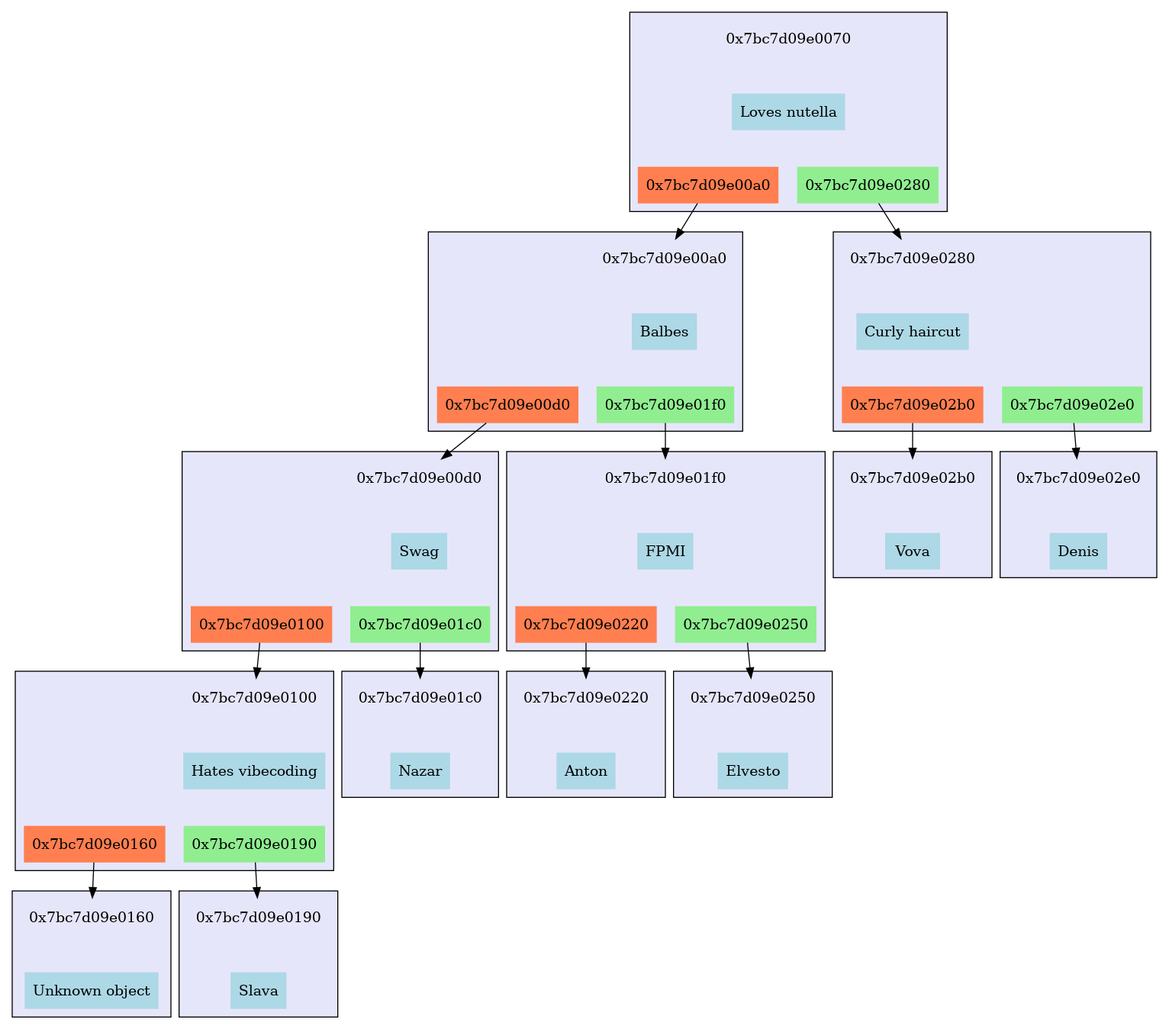
The Graphviz diagram files/tree.png in MasterVAE/MIPT_Akinator, before a commit. Its source is kept beside it as files/tree.dot.
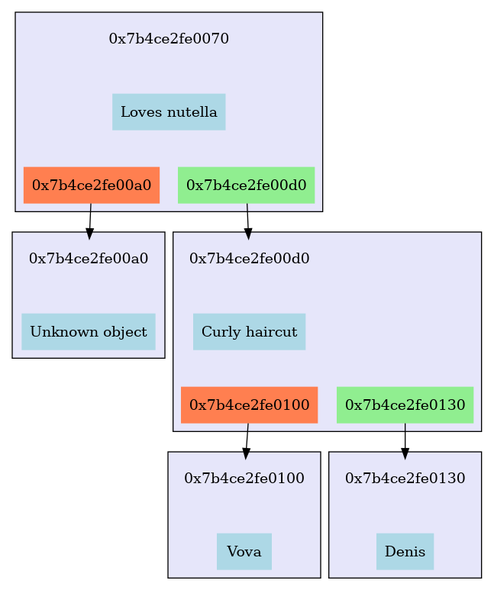
After the change.

Commit message:
Tree print function

Change to the diagram source:
```diff
@@ -1,208 +1,80 @@
 digraph G {	 node [shape=plaintext, style="filled"];
 	 rankdir=TB;
-subgraph cluster_0x7bc7d09e0070
+subgraph cluster_0x7b4ce2fe0070
 {
 	style=filled;
 	rank=0;
 	fillcolor=lavender;
-	"0x7bc7d09e0070_address"[label="0x7bc7d09e0070",fillcolor="lavender"];
-	"0x7bc7d09e0070_value"[label="Loves nutella",fillcolor="lightblue"];
-	subgraph "0x7bc7d09e0070_bottom"
+	"0x7b4ce2fe0070_address"[label="0x7b4ce2fe0070",fillcolor="lavender"];
+	"0x7b4ce2fe0070_value"[label="Loves nutella",fillcolor="lightblue"];
+	subgraph "0x7b4ce2fe0070_bottom"
 	{
 		 style=invis;
-		"0x7bc7d09e0070_left"[label="0x7bc7d09e00a0",fillcolor="coral"];
-		"0x7bc7d09e0070_right"[label="0x7bc7d09e0280",fillcolor="lightgreen"];
+		"0x7b4ce2fe0070_left"[label="0x7b4ce2fe00a0",fillcolor="coral"];
+		"0x7b4ce2fe0070_right"[label="0x7b4ce2fe00d0",fillcolor="lightgreen"];
 	}
-	"0x7bc7d09e0070_address"->"0x7bc7d09e0070_value"[style=invis,weight=10];
-	"0x7bc7d09e0070_value"->"0x7bc7d09e0070_left"[style=invis,weight=10];
-	"0x7bc7d09e0070_value"->"0x7bc7d09e0070_right"[style=invis,weight=10];
+	"0x7b4ce2fe0070_address"->"0x7b4ce2fe0070_value"[style=invis,weight=10];
+	"0x7b4ce2fe0070_value"->"0x7b4ce2fe0070_left"[style=invis,weight=10];
+	"0x7b4ce2fe0070_value"->"0x7b4ce2fe0070_right"[style=invis,weight=10];
 }
-"0x7bc7d09e0070_left" -> "0x7bc7d09e00a0_address";
-subgraph cluster_0x7bc7d09e00a0
+"0x7b4ce2fe0070_left" -> "0x7b4ce2fe00a0_address";
+subgraph cluster_0x7b4ce2fe00a0
 {
 	style=filled;
 	rank=1;
 	fillcolor=lavender;
-	"0x7bc7d09e00a0_address"[label="0x7bc7d09e00a0",fillcolor="lavender"];
-	"0x7bc7d09e00a0_value"[label="Balbes",fillcolor="lightblue"];
-	subgraph "0x7bc7d09e00a0_bottom"
+	"0x7b4ce2fe00a0_address"[label="0x7b4ce2fe00a0",fillcolor="lavender"];
+	"0x7b4ce2fe00a0_value"[label="Unknown object",fillcolor="lightblue"];
+	subgraph "0x7b4ce2fe00a0_bottom"
 	{
 		 style=invis;
-		"0x7bc7d09e00a0_left"[label="0x7bc7d09e00d0",fillcolor="coral"];
-		"0x7bc7d09e00a0_right"[label="0x7bc7d09e01f0",fillcolor="lightgreen"];
 	}
-	"0x7bc7d09e00a0_address"->"0x7bc7d09e00a0_value"[style=invis,weight=10];
-	"0x7bc7d09e00a0_value"->"0x7bc7d09e00a0_left"[style=invis,weight=10];
-	"0x7bc7d09e00a0_value"->"0x7bc7d09e00a0_right"[style=invis,weight=10];
+	"0x7b4ce2fe00a0_address"->"0x7b4ce2fe00a0_value"[style=invis,weight=10];
 }
-"0x7bc7d09e00a0_left" -> "0x7bc7d09e00d0_address";
-subgraph cluster_0x7bc7d09e00d0
+"0x7b4ce2fe0070_right" -> "0x7b4ce2fe00d0_address";
+subgraph cluster_0x7b4ce2fe00d0
+{
+	style=filled;
+	rank=1;
+	fillcolor=lavender;
+	"0x7b4ce2fe00d0_address"[label="0x7b4ce2fe00d0",fillcolor="lavender"];
+	"0x7b4ce2fe00d0_value"[label="Curly haircut",fillcolor="lightblue"];
+	subgraph "0x7b4ce2fe00d0_bottom"
+	{
+		 style=invis;
+		"0x7b4ce2fe00d0_left"[label="0x7b4ce2fe0100",fillcolor="coral"];
+		"0x7b4ce2fe00d0_right"[label="0x7b4ce2fe0130",fillcolor="lightgreen"];
+	}
+	"0x7b4ce2fe00d0_address"->"0x7b4ce2fe00d0_value"[style=invis,weight=10];
+	"0x7b4ce2fe00d0_value"->"0x7b4ce2fe00d0_left"[style=invis,weight=10];
+	"0x7b4ce2fe00d0_value"->"0x7b4ce2fe00d0_right"[style=invis,weight=10];
+}
+"0x7b4ce2fe00d0_left" -> "0x7b4ce2fe0100_address";
+subgraph cluster_0x7b4ce2fe0100
 {
 	style=filled;
 	rank=2;
 	fillcolor=lavender;
-	"0x7bc7d09e00d0_address"[label="0x7bc7d09e00d0",fillcolor="lavender"];
-	"0x7bc7d09e00d0_value"[label="Swag",fillcolor="lightblue"];
-	subgraph "0x7bc7d09e00d0_bottom"
-	{
-		 style=invis;
-		"0x7bc7d09e00d0_left"[label="0x7bc7d09e0100",fillcolor="coral"];
-		"0x7bc7d09e00d0_right"[label="0x7bc7d09e01c0",fillcolor="lightgreen"];
-	}
-	"0x7bc7d09e00d0_address"->"0x7bc7d09e00d0_value"[style=invis,weight=10];
-	"0x7bc7d09e00d0_value"->"0x7bc7d09e00d0_left"[style=invis,weight=10];
-	"0x7bc7d09e00d0_value"->"0x7bc7d09e00d0_right"[style=invis,weight=10];
-}
-"0x7bc7d09e00d0_left" -> "0x7bc7d09e0100_address";
-subgraph cluster_0x7bc7d09e0100
-{
-	style=filled;
-	rank=3;
-	fillcolor=lavender;
-	"0x7bc7d09e0100_address"[label="0x7bc7d09e0100",fillcolor="lavender"];
-	"0x7bc7d09e0100_value"[label="Hates vibecoding",fillcolor="lightblue"];
-	subgraph "0x7bc7d09e0100_bottom"
-	{
-		 style=invis;
-		"0x7bc7d09e0100_left"[label="0x7bc7d09e0160",fillcolor="coral"];
-		"0x7bc7d09e0100_right"[label="0x7bc7d09e0190",fillcolor="lightgreen"];
-	}
-	"0x7bc7d09e0100_address"->"0x7bc7d09e0100_value"[style=invis,weight=10];
-	"0x7bc7d09e0100_value"->"0x7bc7d09e0100_left"[style=invis,weight=10];
-	"0x7bc7d09e0100_value"->"0x7bc7d09e0100_right"[style=invis,weight=10];
-}
-"0x7bc7d09e0100_left" -> "0x7bc7d09e0160_address";
-subgraph cluster_0x7bc7d09e0160
-{
-	style=filled;
-	rank=4;
-	fillcolor=lavender;
-	"0x7bc7d09e0160_address"[label="0x7bc7d09e0160",fillcolor="lavender"];
-	"0x7bc7d09e0160_value"[label="Unknown object",fillcolor="lightblue"];
-	subgraph "0x7bc7d09e0160_bottom"
+	"0x7b4ce2fe0100_address"[label="0x7b4ce2fe0100",fillcolor="lavender"];
+	"0x7b4ce2fe0100_value"[label="Vova",fillcolor="lightblue"];
+	subgraph "0x7b4ce2fe0100_bottom"
 	{
 		 style=invis;
 	}
-	"0x7bc7d09e0160_address"->"0x7bc7d09e0160_value"[style=invis,weight=10];
+	"0x7b4ce2fe0100_address"->"0x7b4ce2fe0100_value"[style=invis,weight=10];
 }
-"0x7bc7d09e0100_right" -> "0x7bc7d09e0190_address";
-subgraph cluster_0x7bc7d09e0190
-{
-	style=filled;
-	rank=4;
-	fillcolor=lavender;
-	"0x7bc7d09e0190_address"[label="0x7bc7d09e0190",fillcolor="lavender"];
-	"0x7bc7d09e0190_value"[label="Slava",fillcolor="lightblue"];
-	subgraph "0x7bc7d09e0190_bottom"
-	{
-		 style=invis;
-	}
-	"0x7bc7d09e0190_address"->"0x7bc7d09e0190_value"[style=invis,weight=10];
-}
-"0x7bc7d09e00d0_right" -> "0x7bc7d09e01c0_address";
-subgraph cluster_0x7bc7d09e01c0
-{
-	style=filled;
-	rank=3;
-	fillcolor=lavender;
-	"0x7bc7d09e01c0_address"[label="0x7bc7d09e01c0",fillcolor="lavender"];
-	"0x7bc7d09e01c0_value"[label="Nazar",fillcolor="lightblue"];
-	subgraph "0x7bc7d09e01c0_bottom"
-	{
-		 style=invis;
-	}
-	"0x7bc7d09e01c0_address"->"0x7bc7d09e01c0_value"[style=invis,weight=10];
-}
-"0x7bc7d09e00a0_right" -> "0x7bc7d09e01f0_address";
-subgraph cluster_0x7bc7d09e01f0
+"0x7b4ce2fe00d0_right" -> "0x7b4ce2fe0130_address";
+subgraph cluster_0x7b4ce2fe0130
 {
 	style=filled;
 	rank=2;
 	fillcolor=lavender;
-	"0x7bc7d09e01f0_address"[label="0x7bc7d09e01f0",fillcolor="lavender"];
-	"0x7bc7d09e01f0_value"[label="FPMI",fillcolor="lightblue"];
-	subgraph "0x7bc7d09e01f0_bottom"
-	{
-		 style=invis;
-		"0x7bc7d09e01f0_left"[label="0x7bc7d09e0220",fillcolor="coral"];
-		"0x7bc7d09e01f0_right"[label="0x7bc7d09e0250",fillcolor="lightgreen"];
-	}
-	"0x7bc7d09e01f0_address"->"0x7bc7d09e01f0_value"[style=invis,weight=10];
-	"0x7bc7d09e01f0_value"->"0x7bc7d09e01f0_left"[style=invis,weight=10];
-	"0x7bc7d09e01f0_value"->"0x7bc7d09e01f0_right"[style=invis,weight=10];
-}
-"0x7bc7d09e01f0_left" -> "0x7bc7d09e0220_address";
-subgraph cluster_0x7bc7d09e0220
-{
-	style=filled;
-	rank=3;
-	fillcolor=lavender;
-	"0x7bc7d09e0220_address"[label="0x7bc7d09e0220",fillcolor="lavender"];
-	"0x7bc7d09e0220_value"[label="Anton",fillcolor="lightblue"];
-	subgraph "0x7bc7d09e0220_bottom"
+	"0x7b4ce2fe0130_address"[label="0x7b4ce2fe0130",fillcolor="lavender"];
+	"0x7b4ce2fe0130_value"[label="Denis",fillcolor="lightblue"];
+	subgraph "0x7b4ce2fe0130_bottom"
 	{
 		 style=invis;
 	}
-	"0x7bc7d09e0220_address"->"0x7bc7d09e0220_value"[style=invis,weight=10];
-}
-"0x7bc7d09e01f0_right" -> "0x7bc7d09e0250_address";
-subgraph cluster_0x7bc7d09e0250
-{
-	style=filled;
-	rank=3;
-	fillcolor=lavender;
-	"0x7bc7d09e0250_address"[label="0x7bc7d09e0250",fillcolor="lavender"];
-	"0x7bc7d09e0250_value"[label="Elvesto",fillcolor="lightblue"];
-	subgraph "0x7bc7d09e0250_bottom"
-	{
-		 style=invis;
-	}
-	"0x7bc7d09e0250_address"->"0x7bc7d09e0250_value"[style=invis,weight=10];
-}
-"0x7bc7d09e0070_right" -> "0x7bc7d09e0280_address";
-subgraph cluster_0x7bc7d09e0280
-{
-	style=filled;
-	rank=1;
-	fillcolor=lavender;
-	"0x7bc7d09e0280_address"[label="0x7bc7d09e0280",fillcolor="lavender"];
-	"0x7bc7d09e0280_value"[label="Curly haircut",fillcolor="lightblue"];
-	subgraph "0x7bc7d09e0280_bottom"
-	{
-		 style=invis;
-		"0x7bc7d09e0280_left"[label="0x7bc7d09e02b0",fillcolor="coral"];
-		"0x7bc7d09e0280_right"[label="0x7bc7d09e02e0",fillcolor="lightgreen"];
-	}
-	"0x7bc7d09e0280_address"->"0x7bc7d09e0280_value"[style=invis,weight=10];
-	"0x7bc7d09e0280_value"->"0x7bc7d09e0280_left"[style=invis,weight=10];
-	"0x7bc7d09e0280_value"->"0x7bc7d09e0280_right"[style=invis,weight=10];
-}
-"0x7bc7d09e0280_left" -> "0x7bc7d09e02b0_address";
-subgraph cluster_0x7bc7d09e02b0
-{
-	style=filled;
-	rank=2;
-	fillcolor=lavender;
-	"0x7bc7d09e02b0_address"[label="0x7bc7d09e02b0",fillcolor="lavender"];
-	"0x7bc7d09e02b0_value"[label="Vova",fillcolor="lightblue"];
-	subgraph "0x7bc7d09e02b0_bottom"
-	{
-		 style=invis;
-	}
-	"0x7bc7d09e02b0_address"->"0x7bc7d09e02b0_value"[style=invis,weight=10];
-}
-"0x7bc7d09e0280_right" -> "0x7bc7d09e02e0_address";
-subgraph cluster_0x7bc7d09e02e0
-{
-	style=filled;
-	rank=2;
-	fillcolor=lavender;
-	"0x7bc7d09e02e0_address"[label="0x7bc7d09e02e0",fillcolor="lavender"];
-	"0x7bc7d09e02e0_value"[label="Denis",fillcolor="lightblue"];
-	subgraph "0x7bc7d09e02e0_bottom"
-	{
-		 style=invis;
-	}
-	"0x7bc7d09e02e0_address"->"0x7bc7d09e02e0_value"[style=invis,weight=10];
+	"0x7b4ce2fe0130_address"->"0x7b4ce2fe0130_value"[style=invis,weight=10];
 }
 }
```
